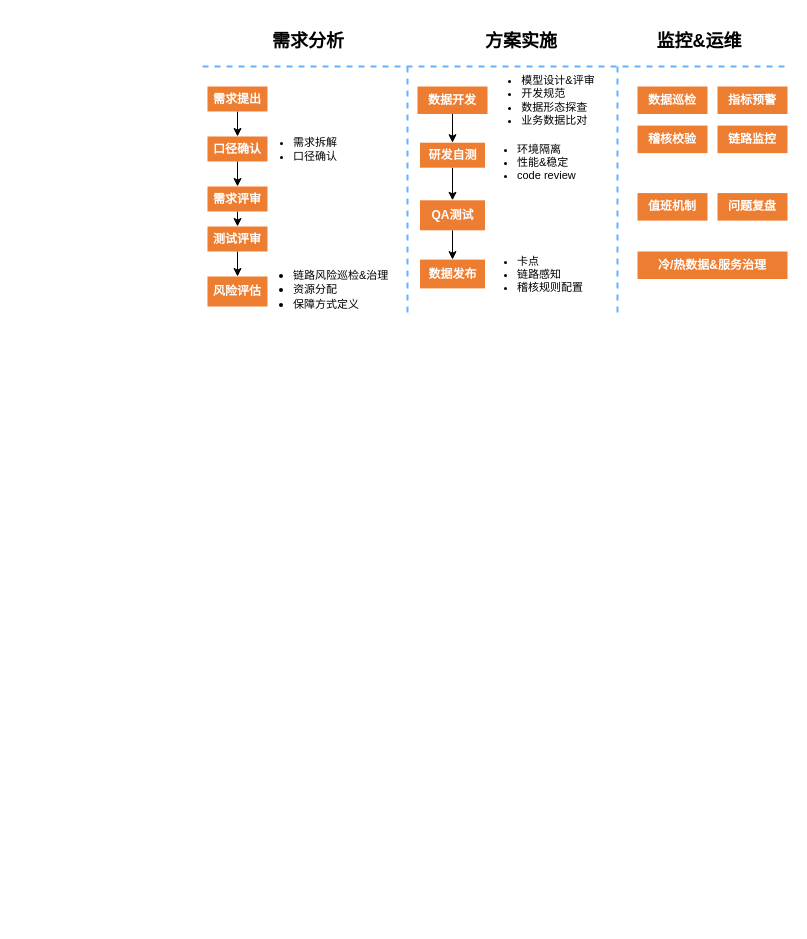
mineminemine123/work-wiki keeps this draw.io diagram as mt质量保障.drawio. Above is the earlier version. Source tidied: cells renumbered, new cells numbered last; positions are measured from the earlier drawing's top-left corner, leaving out a move shared by most shapes. Both pictures are drawn from the tidied source at 100%, with x=0, y=0 at pixel (202, 26).
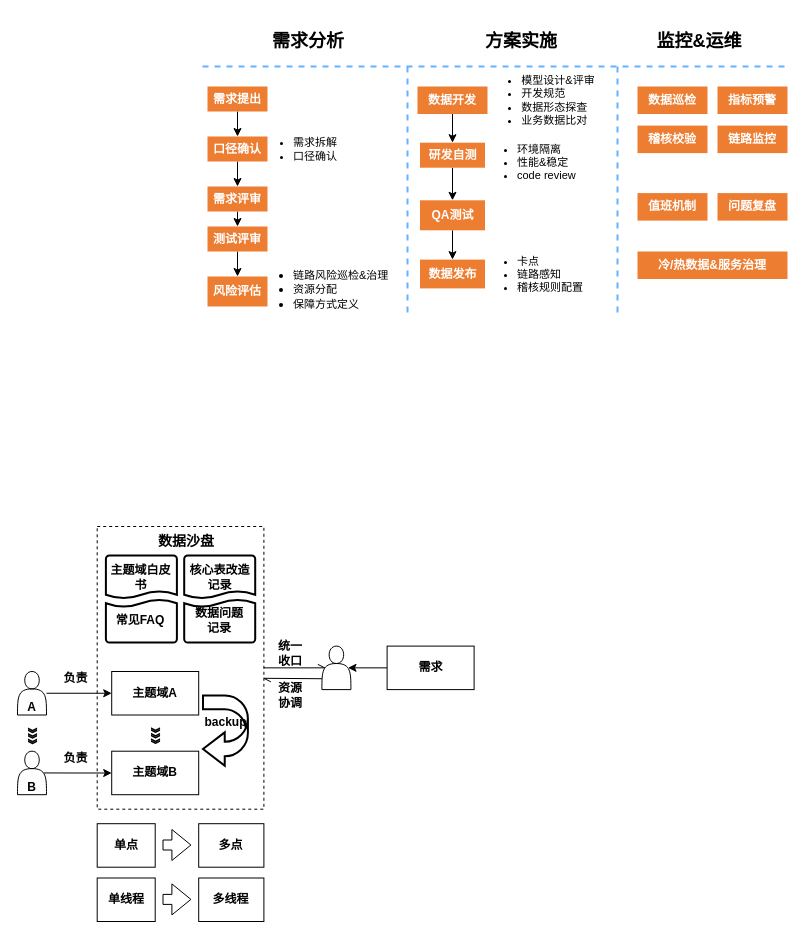
The same page after the edit.

Commit message (it also covers changes not shown here):
更新mt质量保障.drawio

The edit, as a diff of the source:
```diff
@@
+    <mxCell id="36" style="group;" parent="1" vertex="1">
+      <mxGeometry x="-185" y="500" width="456.6" height="395" as="geometry" />
+    </mxCell>
+    <mxCell id="37" style="rounded=0;whiteSpace=wrap;html=1;dashed=1;fontStyle=1;" parent="36" vertex="1">
+      <mxGeometry x="79.7" width="166.7" height="282.7" as="geometry" />
+    </mxCell>
+    <mxCell id="38" value="主题域A" style="rounded=0;whiteSpace=wrap;html=1;fontStyle=1;" parent="36" vertex="1">
+      <mxGeometry x="94.2" y="145" width="87" height="43.5" as="geometry" />
+    </mxCell>
+    <mxCell id="39" value="需求" style="rounded=0;whiteSpace=wrap;html=1;fontStyle=1;" parent="36" vertex="1">
+      <mxGeometry x="369.6" y="119.6" width="87" height="43.5" as="geometry" />
+    </mxCell>
+    <mxCell id="40" style="edgeStyle=orthogonalEdgeStyle;rounded=0;jettySize=auto;html=1;fontStyle=1;" parent="36" edge="1" source="41" target="38">
+      <mxGeometry relative="1" as="geometry" />
+    </mxCell>
+    <mxCell id="41" style="shape=actor;whiteSpace=wrap;html=1;fontStyle=1;" parent="36" vertex="1">
+      <mxGeometry y="145" width="29" height="43.5" as="geometry" />
+    </mxCell>
+    <mxCell id="42" style="shape=actor;whiteSpace=wrap;html=1;fontStyle=1;" parent="36" vertex="1">
+      <mxGeometry y="224.7" width="29" height="43.5" as="geometry" />
+    </mxCell>
+    <mxCell id="43" value="主题域B" style="rounded=0;whiteSpace=wrap;html=1;fontStyle=1;" parent="36" vertex="1">
+      <mxGeometry x="94.2" y="224.7" width="87" height="43.5" as="geometry" />
+    </mxCell>
+    <mxCell id="44" style="edgeStyle=orthogonalEdgeStyle;rounded=0;jettySize=auto;html=1;exitX=0.9;exitY=0.5;exitDx=0;exitDy=0;exitPerimeter=0;fontStyle=1;" parent="36" edge="1" source="42" target="43">
+      <mxGeometry relative="1" as="geometry" />
+    </mxCell>
+    <mxCell id="45" value="A" style="text;html=1;strokeColor=none;fillColor=none;align=center;verticalAlign=middle;whiteSpace=wrap;rounded=0;fontStyle=1;" parent="36" vertex="1">
+      <mxGeometry y="173.9" width="29" height="14.5" as="geometry" />
+    </mxCell>
+    <mxCell id="46" value="B" style="text;html=1;strokeColor=none;fillColor=none;align=center;verticalAlign=middle;whiteSpace=wrap;rounded=0;fontStyle=1;" parent="36" vertex="1">
+      <mxGeometry y="253.7" width="29" height="14.5" as="geometry" />
+    </mxCell>
+    <mxCell id="47" value="负责" style="text;html=1;strokeColor=none;fillColor=none;align=center;verticalAlign=middle;whiteSpace=wrap;rounded=0;fontStyle=1;" parent="36" vertex="1">
+      <mxGeometry x="43.5" y="145" width="29" height="14.5" as="geometry" />
+    </mxCell>
+    <mxCell id="48" value="负责" style="text;html=1;strokeColor=none;fillColor=none;align=center;verticalAlign=middle;whiteSpace=wrap;rounded=0;fontStyle=1;" parent="36" vertex="1">
+      <mxGeometry x="43.5" y="224.7" width="29" height="14.5" as="geometry" />
+    </mxCell>
+    <mxCell id="49" value="》》》" style="text;html=1;strokeColor=none;fillColor=none;align=center;verticalAlign=middle;whiteSpace=wrap;rounded=0;rotation=90;fontStyle=1;" parent="36" vertex="1">
+      <mxGeometry y="202.9" width="29" height="14.5" as="geometry" />
+    </mxCell>
+    <mxCell id="50" value="》》》" style="text;html=1;strokeColor=none;fillColor=none;align=center;verticalAlign=middle;whiteSpace=wrap;rounded=0;rotation=90;fontStyle=1;" parent="36" vertex="1">
+      <mxGeometry x="123.2" y="202.9" width="29" height="14.5" as="geometry" />
+    </mxCell>
+    <mxCell id="51" value="统一收口" style="text;html=1;strokeColor=none;fillColor=none;align=center;verticalAlign=middle;whiteSpace=wrap;rounded=0;fontStyle=1;" parent="36" vertex="1">
+      <mxGeometry x="260" y="119.6" width="26.3" height="14.5" as="geometry" />
+    </mxCell>
+    <mxCell id="52" value="单点" style="rounded=0;whiteSpace=wrap;html=1;fontStyle=1;" parent="36" vertex="1">
+      <mxGeometry x="79.7" y="297.2" width="58" height="43.5" as="geometry" />
+    </mxCell>
+    <mxCell id="53" value="多点" style="rounded=0;whiteSpace=wrap;html=1;fontStyle=1;" parent="36" vertex="1">
+      <mxGeometry x="181.2" y="297.2" width="65.2" height="43.5" as="geometry" />
+    </mxCell>
+    <mxCell id="54" style="shape=actor;whiteSpace=wrap;html=1;fontStyle=1;" parent="36" vertex="1">
+      <mxGeometry x="304.4" y="119.6" width="29" height="43.5" as="geometry" />
+    </mxCell>
+    <mxCell id="55" style="edgeStyle=orthogonalEdgeStyle;rounded=0;jettySize=auto;html=1;exitX=1;exitY=0.5;exitDx=0;exitDy=0;entryX=0.1;entryY=0.5;entryDx=0;entryDy=0;entryPerimeter=0;endArrow=openAsync;endFill=0;fontStyle=1;" parent="36" edge="1" source="37" target="54">
+      <mxGeometry relative="1" as="geometry" />
+    </mxCell>
+    <mxCell id="56" style="edgeStyle=orthogonalEdgeStyle;rounded=0;jettySize=auto;html=1;exitX=0;exitY=0.5;exitDx=0;exitDy=0;entryX=0.9;entryY=0.5;entryDx=0;entryDy=0;entryPerimeter=0;fontSize=16;fontStyle=1;" parent="36" edge="1" source="39" target="54">
+      <mxGeometry relative="1" as="geometry" />
+    </mxCell>
+    <mxCell id="57" style="shape=flexArrow;endArrow=classic;html=1;fontStyle=1;" parent="36" edge="1">
+      <mxGeometry relative="1" as="geometry">
+        <mxPoint x="145" y="318.5" as="sourcePoint" />
+        <mxPoint x="173.9" y="318.5" as="targetPoint" />
+      </mxGeometry>
+    </mxCell>
+    <mxCell id="58" value="&lt;font style=&quot;font-size: 14px;&quot;&gt;数据沙盘&lt;/font&gt;" style="text;html=1;strokeColor=none;fillColor=none;align=center;verticalAlign=middle;whiteSpace=wrap;rounded=0;fontSize=16;fontStyle=1;" parent="36" vertex="1">
+      <mxGeometry x="137.7" y="7.2" width="62.3" height="14.5" as="geometry" />
+    </mxCell>
+    <mxCell id="59" value="单线程" style="rounded=0;whiteSpace=wrap;html=1;fontStyle=1;" parent="36" vertex="1">
+      <mxGeometry x="79.7" y="351.5" width="58" height="43.5" as="geometry" />
+    </mxCell>
+    <mxCell id="60" value="多线程" style="rounded=0;whiteSpace=wrap;html=1;fontStyle=1;" parent="36" vertex="1">
+      <mxGeometry x="181.2" y="351.5" width="65.2" height="43.5" as="geometry" />
+    </mxCell>
+    <mxCell id="61" style="shape=flexArrow;endArrow=classic;html=1;fontStyle=1;" parent="36" edge="1">
+      <mxGeometry relative="1" as="geometry">
+        <mxPoint x="145" y="372.9" as="sourcePoint" />
+        <mxPoint x="173.9" y="372.9" as="targetPoint" />
+      </mxGeometry>
+    </mxCell>
+    <mxCell id="62" value="核心表改造记录" style="shape=mxgraph.flowchart.document;whiteSpace=wrap;html=1;fillColor=#ffffff;strokeColor=#000000;strokeWidth=2;fontStyle=1;" parent="36" vertex="1">
+      <mxGeometry x="166.7" y="29" width="71" height="43.5" as="geometry" />
+    </mxCell>
+    <mxCell id="63" value="主题域白皮书" style="shape=mxgraph.flowchart.document;whiteSpace=wrap;html=1;fillColor=#ffffff;strokeColor=#000000;strokeWidth=2;fontStyle=1;" parent="36" vertex="1">
+      <mxGeometry x="88.4" y="29" width="71" height="43.5" as="geometry" />
+    </mxCell>
+    <mxCell id="64" style="shape=mxgraph.flowchart.document;whiteSpace=wrap;html=1;fillColor=#ffffff;strokeColor=#000000;strokeWidth=2;rotation=-180;fontStyle=1;" parent="36" vertex="1">
+      <mxGeometry x="88.4" y="72.5" width="71" height="43.5" as="geometry" />
+    </mxCell>
+    <mxCell id="65" value="常见FAQ" style="text;html=1;strokeColor=none;fillColor=none;align=center;verticalAlign=middle;whiteSpace=wrap;rounded=0;fontStyle=1;" parent="36" vertex="1">
+      <mxGeometry x="94.2" y="87" width="58" height="14.5" as="geometry" />
+    </mxCell>
+    <mxCell id="66" style="shape=mxgraph.flowchart.document;whiteSpace=wrap;html=1;fillColor=#ffffff;strokeColor=#000000;strokeWidth=2;rotation=-180;fontStyle=1;" parent="36" vertex="1">
+      <mxGeometry x="166.7" y="72.5" width="71" height="43.5" as="geometry" />
+    </mxCell>
+    <mxCell id="67" value="数据问题记录" style="text;html=1;strokeColor=none;fillColor=none;align=center;verticalAlign=middle;whiteSpace=wrap;rounded=0;fontStyle=1;" parent="36" vertex="1">
+      <mxGeometry x="172.5" y="87" width="58" height="14.5" as="geometry" />
+    </mxCell>
+    <mxCell id="68" style="endArrow=openAsync;html=1;exitX=0;exitY=0.75;exitDx=0;exitDy=0;endFill=0;fontStyle=1;" parent="36" edge="1" source="54">
+      <mxGeometry relative="1" as="geometry">
+        <mxPoint x="246.4" y="151.8" as="targetPoint" />
+      </mxGeometry>
+    </mxCell>
+    <mxCell id="69" value="资源协调" style="text;html=1;strokeColor=none;fillColor=none;align=center;verticalAlign=middle;whiteSpace=wrap;rounded=0;fontStyle=1;" parent="36" vertex="1">
+      <mxGeometry x="260" y="144.9" width="26.3" height="47.8" as="geometry" />
+    </mxCell>
+    <mxCell id="70" style="shape=mxgraph.arrows.u_turn_left_arrow;whiteSpace=wrap;html=1;fillColor=#ffffff;strokeColor=#000000;strokeWidth=2;" parent="36" vertex="1">
+      <mxGeometry x="185.5" y="168.9" width="44.9" height="70.3" as="geometry" />
+    </mxCell>
+    <mxCell id="71" value="backup" style="text;html=1;strokeColor=none;fillColor=none;align=center;verticalAlign=middle;whiteSpace=wrap;rounded=0;fontStyle=1;" parent="36" vertex="1">
+      <mxGeometry x="193.5" y="188.4" width="29" height="14.5" as="geometry" />
+    </mxCell>
```
